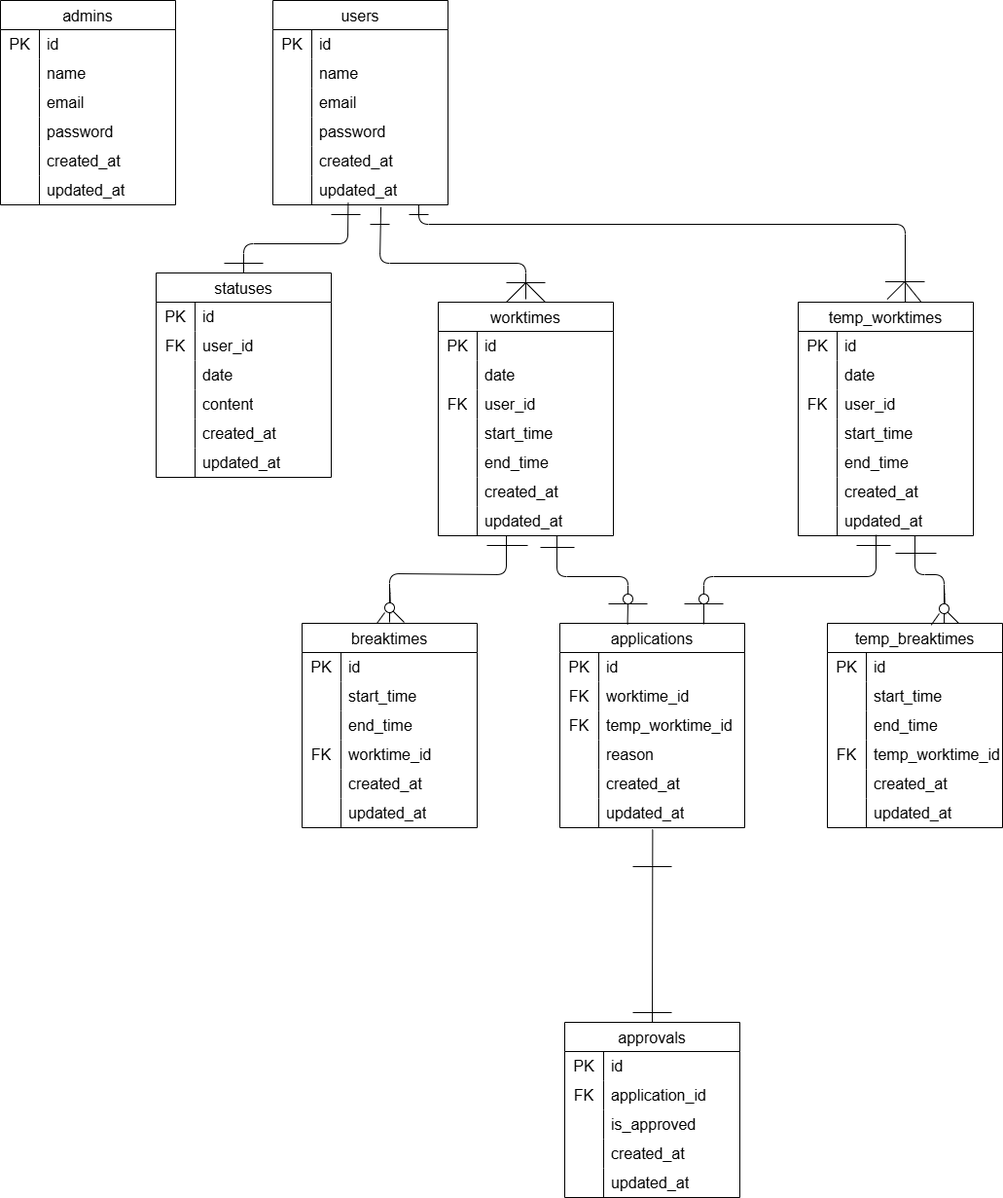
The draw.io diagram doc/medium-er.drawio.png in yuuzaki2000/attend, before a commit. Source tidied: cells renumbered, new cells last; positions are measured from the earlier drawing's top-left corner, leaving out a move shared by most shapes.
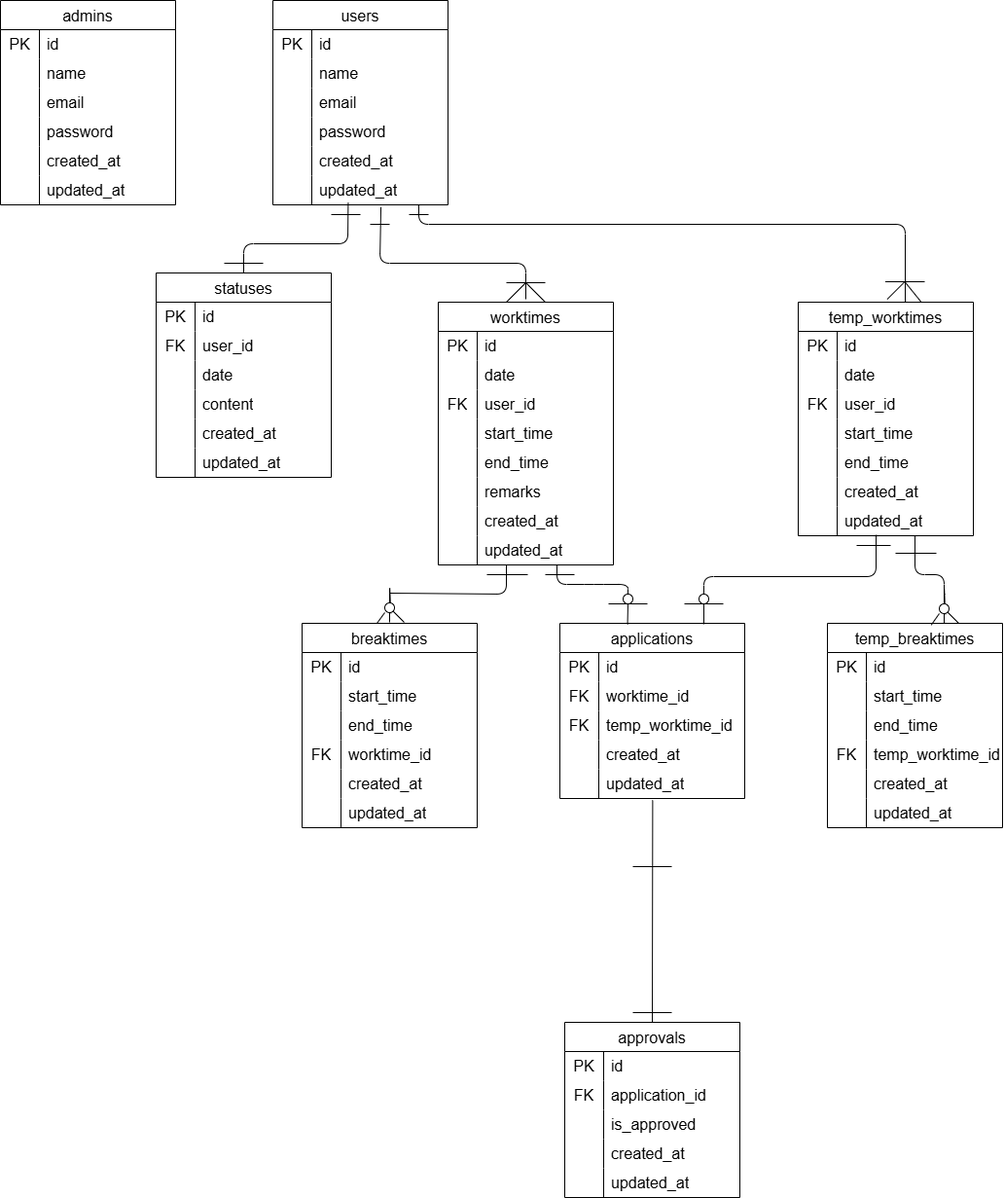
The same diagram one commit later.

Change to the diagram source:
```diff
@@ -231,7 +231,7 @@
       <mxGeometry x="40" width="140" height="30" as="geometry" />
     </mxCell>
     <mxCell id="78" value="worktimes" style="shape=table;startSize=30;rowLines=0;fontStyle=0;strokeColor=default;fontSize=16;" parent="1" vertex="1">
-      <mxGeometry x="450" y="310" width="180" height="240" as="geometry" />
+      <mxGeometry x="450" y="310" width="180" height="270" as="geometry" />
     </mxCell>
     <mxCell id="79" style="shape=tableRow;horizontal=0;startSize=0;swimlaneHead=0;swimlaneBody=0;top=0;left=0;bottom=0;right=0;fillColor=none;strokeColor=inherit;fontSize=16;" parent="78" vertex="1">
       <mxGeometry y="30" width="180" height="30" as="geometry" />
@@ -284,7 +284,7 @@
     <mxCell id="95" style="shape=partialRectangle;html=1;whiteSpace=wrap;fillColor=none;top=0;left=0;bottom=0;right=0;overflow=hidden;strokeColor=inherit;fontSize=16;" parent="94" vertex="1">
       <mxGeometry width="40" height="30" as="geometry" />
     </mxCell>
-    <mxCell id="96" value="created_at" style="shape=partialRectangle;html=1;whiteSpace=wrap;fillColor=none;top=0;left=0;bottom=0;right=0;align=left;spacingLeft=6;overflow=hidden;strokeColor=inherit;fontSize=16;" parent="94" vertex="1">
+    <mxCell id="96" value="remarks" style="shape=partialRectangle;html=1;whiteSpace=wrap;fillColor=none;top=0;left=0;bottom=0;right=0;align=left;spacingLeft=6;overflow=hidden;strokeColor=inherit;fontSize=16;" parent="94" vertex="1">
       <mxGeometry x="40" width="140" height="30" as="geometry" />
     </mxCell>
     <mxCell id="97" style="shape=tableRow;horizontal=0;startSize=0;swimlaneHead=0;swimlaneBody=0;top=0;left=0;bottom=0;right=0;fillColor=none;strokeColor=inherit;fontSize=16;" parent="78" vertex="1">
@@ -293,9 +293,18 @@
     <mxCell id="98" style="shape=partialRectangle;html=1;whiteSpace=wrap;fillColor=none;top=0;left=0;bottom=0;right=0;overflow=hidden;strokeColor=inherit;fontSize=16;" parent="97" vertex="1">
       <mxGeometry width="40" height="30" as="geometry" />
     </mxCell>
-    <mxCell id="99" value="updated_at" style="shape=partialRectangle;html=1;whiteSpace=wrap;fillColor=none;top=0;left=0;bottom=0;right=0;align=left;spacingLeft=6;overflow=hidden;strokeColor=inherit;fontSize=16;" parent="97" vertex="1">
+    <mxCell id="99" value="created_at" style="shape=partialRectangle;html=1;whiteSpace=wrap;fillColor=none;top=0;left=0;bottom=0;right=0;align=left;spacingLeft=6;overflow=hidden;strokeColor=inherit;fontSize=16;" parent="97" vertex="1">
       <mxGeometry x="40" width="140" height="30" as="geometry" />
     </mxCell>
+    <mxCell id="217" style="shape=tableRow;horizontal=0;startSize=0;swimlaneHead=0;swimlaneBody=0;top=0;left=0;bottom=0;right=0;fillColor=none;strokeColor=inherit;fontSize=16;" parent="78" vertex="1">
+      <mxGeometry y="240" width="180" height="30" as="geometry" />
+    </mxCell>
+    <mxCell id="168" style="shape=partialRectangle;html=1;whiteSpace=wrap;fillColor=none;top=0;left=0;bottom=0;right=0;overflow=hidden;strokeColor=inherit;fontSize=16;" parent="217" vertex="1">
+      <mxGeometry width="40" height="30" as="geometry" />
+    </mxCell>
+    <mxCell id="218" value="updated_at" style="shape=partialRectangle;html=1;whiteSpace=wrap;fillColor=none;top=0;left=0;bottom=0;right=0;align=left;spacingLeft=6;overflow=hidden;strokeColor=inherit;fontSize=16;" parent="217" vertex="1">
+      <mxGeometry x="40" width="140" height="30" as="geometry" />
+    </mxCell>
     <mxCell id="100" value="approvals" style="shape=table;startSize=30;rowLines=0;fontStyle=0;strokeColor=default;fontSize=16;" parent="1" vertex="1">
       <mxGeometry x="580" y="1050" width="180" height="180" as="geometry" />
     </mxCell>
@@ -468,7 +477,7 @@
       <mxGeometry x="40" width="140" height="30" as="geometry" />
     </mxCell>
     <mxCell id="157" value="applications" style="shape=table;startSize=30;rowLines=0;fontStyle=0;strokeColor=default;fontSize=16;" parent="1" vertex="1">
-      <mxGeometry x="575" y="640" width="190" height="210" as="geometry" />
+      <mxGeometry x="575" y="640" width="190" height="180" as="geometry" />
     </mxCell>
     <mxCell id="158" style="shape=tableRow;horizontal=0;startSize=0;swimlaneHead=0;swimlaneBody=0;top=0;left=0;bottom=0;right=0;fillColor=none;strokeColor=inherit;fontSize=16;" parent="157" vertex="1">
       <mxGeometry y="30" width="190" height="30" as="geometry" />
@@ -497,17 +506,8 @@
     <mxCell id="166" value="temp_worktime_id" style="shape=partialRectangle;html=1;whiteSpace=wrap;fillColor=none;top=0;left=0;bottom=0;right=0;align=left;spacingLeft=6;overflow=hidden;strokeColor=inherit;fontSize=16;" parent="164" vertex="1">
       <mxGeometry x="40" width="150" height="30" as="geometry" />
     </mxCell>
-    <mxCell id="167" style="shape=tableRow;horizontal=0;startSize=0;swimlaneHead=0;swimlaneBody=0;top=0;left=0;bottom=0;right=0;fillColor=none;strokeColor=inherit;fontSize=16;" parent="157" vertex="1">
-      <mxGeometry y="120" width="190" height="30" as="geometry" />
-    </mxCell>
-    <mxCell id="168" style="shape=partialRectangle;html=1;whiteSpace=wrap;fillColor=none;top=0;left=0;bottom=0;right=0;overflow=hidden;strokeColor=inherit;fontSize=16;" parent="167" vertex="1">
-      <mxGeometry width="40" height="30" as="geometry" />
-    </mxCell>
-    <mxCell id="169" value="reason" style="shape=partialRectangle;html=1;whiteSpace=wrap;fillColor=none;top=0;left=0;bottom=0;right=0;align=left;spacingLeft=6;overflow=hidden;strokeColor=inherit;fontSize=16;" parent="167" vertex="1">
-      <mxGeometry x="40" width="150" height="30" as="geometry" />
-    </mxCell>
     <mxCell id="170" style="shape=tableRow;horizontal=0;startSize=0;swimlaneHead=0;swimlaneBody=0;top=0;left=0;bottom=0;right=0;fillColor=none;strokeColor=inherit;fontSize=16;" parent="157" vertex="1">
-      <mxGeometry y="150" width="190" height="30" as="geometry" />
+      <mxGeometry y="120" width="190" height="30" as="geometry" />
     </mxCell>
     <mxCell id="171" style="shape=partialRectangle;html=1;whiteSpace=wrap;fillColor=none;top=0;left=0;bottom=0;right=0;overflow=hidden;strokeColor=inherit;fontSize=16;" parent="170" vertex="1">
       <mxGeometry width="40" height="30" as="geometry" />
@@ -516,7 +516,7 @@
       <mxGeometry x="40" width="150" height="30" as="geometry" />
     </mxCell>
     <mxCell id="173" style="shape=tableRow;horizontal=0;startSize=0;swimlaneHead=0;swimlaneBody=0;top=0;left=0;bottom=0;right=0;fillColor=none;points=[[0,0.5],[1,0.5]];portConstraint=eastwest;strokeColor=inherit;fontSize=16;" parent="157" vertex="1">
-      <mxGeometry y="180" width="190" height="30" as="geometry" />
+      <mxGeometry y="150" width="190" height="30" as="geometry" />
     </mxCell>
     <mxCell id="174" style="shape=partialRectangle;html=1;whiteSpace=wrap;fillColor=none;top=0;left=0;bottom=0;right=0;overflow=hidden;strokeColor=inherit;fontSize=16;" parent="173" vertex="1">
       <mxGeometry width="40" height="30" as="geometry" />
@@ -611,12 +611,13 @@
         <mxPoint x="440" y="220" as="targetPoint" />
       </mxGeometry>
     </mxCell>
-    <mxCell id="189" style="endArrow=none;html=1;entryX=0.43;entryY=0.933;entryDx=0;entryDy=0;entryPerimeter=0;exitX=0.5;exitY=0;exitDx=0;exitDy=0;" parent="1" edge="1" source="209">
+    <mxCell id="189" style="endArrow=none;html=1;exitX=0.5;exitY=0;exitDx=0;exitDy=0;" parent="1" edge="1" source="209">
       <mxGeometry relative="1" as="geometry">
-        <mxPoint x="572" y="550" as="targetPoint" />
+        <mxPoint x="572" y="580" as="targetPoint" />
         <Array as="points">
-          <mxPoint x="645" y="592" />
-          <mxPoint x="572" y="592" />
+          <mxPoint x="645" y="600" />
+          <mxPoint x="610" y="600" />
+          <mxPoint x="572" y="600" />
         </Array>
       </mxGeometry>
     </mxCell>
@@ -628,8 +629,8 @@
     </mxCell>
     <mxCell id="191" style="endArrow=none;html=1;" parent="1" edge="1">
       <mxGeometry relative="1" as="geometry">
-        <mxPoint x="555" y="562" as="sourcePoint" />
-        <mxPoint x="590" y="562" as="targetPoint" />
+        <mxPoint x="560" y="590" as="sourcePoint" />
+        <mxPoint x="590" y="590" as="targetPoint" />
       </mxGeometry>
     </mxCell>
     <mxCell id="192" style="endArrow=none;html=1;exitX=0.5;exitY=0;exitDx=0;exitDy=0;entryX=0.502;entryY=1.063;entryDx=0;entryDy=0;entryPerimeter=0;" parent="1" edge="1" source="100" target="173">
@@ -702,11 +703,10 @@
     </mxCell>
     <mxCell id="204" style="endArrow=none;html=1;" parent="1" edge="1">
       <mxGeometry relative="1" as="geometry">
-        <mxPoint x="520" y="550" as="sourcePoint" />
+        <mxPoint x="520" y="580" as="sourcePoint" />
         <mxPoint x="400" y="609" as="targetPoint" />
         <Array as="points">
-          <mxPoint x="520" y="590" />
-          <mxPoint x="400" y="589" />
+          <mxPoint x="520" y="610" />
         </Array>
       </mxGeometry>
     </mxCell>
@@ -720,8 +720,8 @@
     </mxCell>
     <mxCell id="207" style="endArrow=none;html=1;" parent="1" edge="1">
       <mxGeometry relative="1" as="geometry">
-        <mxPoint x="500" y="560" as="sourcePoint" />
-        <mxPoint x="542" y="560" as="targetPoint" />
+        <mxPoint x="500" y="590" as="sourcePoint" />
+        <mxPoint x="542" y="590" as="targetPoint" />
       </mxGeometry>
     </mxCell>
     <mxCell id="208" style="endArrow=none;html=1;exitX=0.593;exitY=0.008;exitDx=0;exitDy=0;exitPerimeter=0;" parent="1" edge="1">
```
